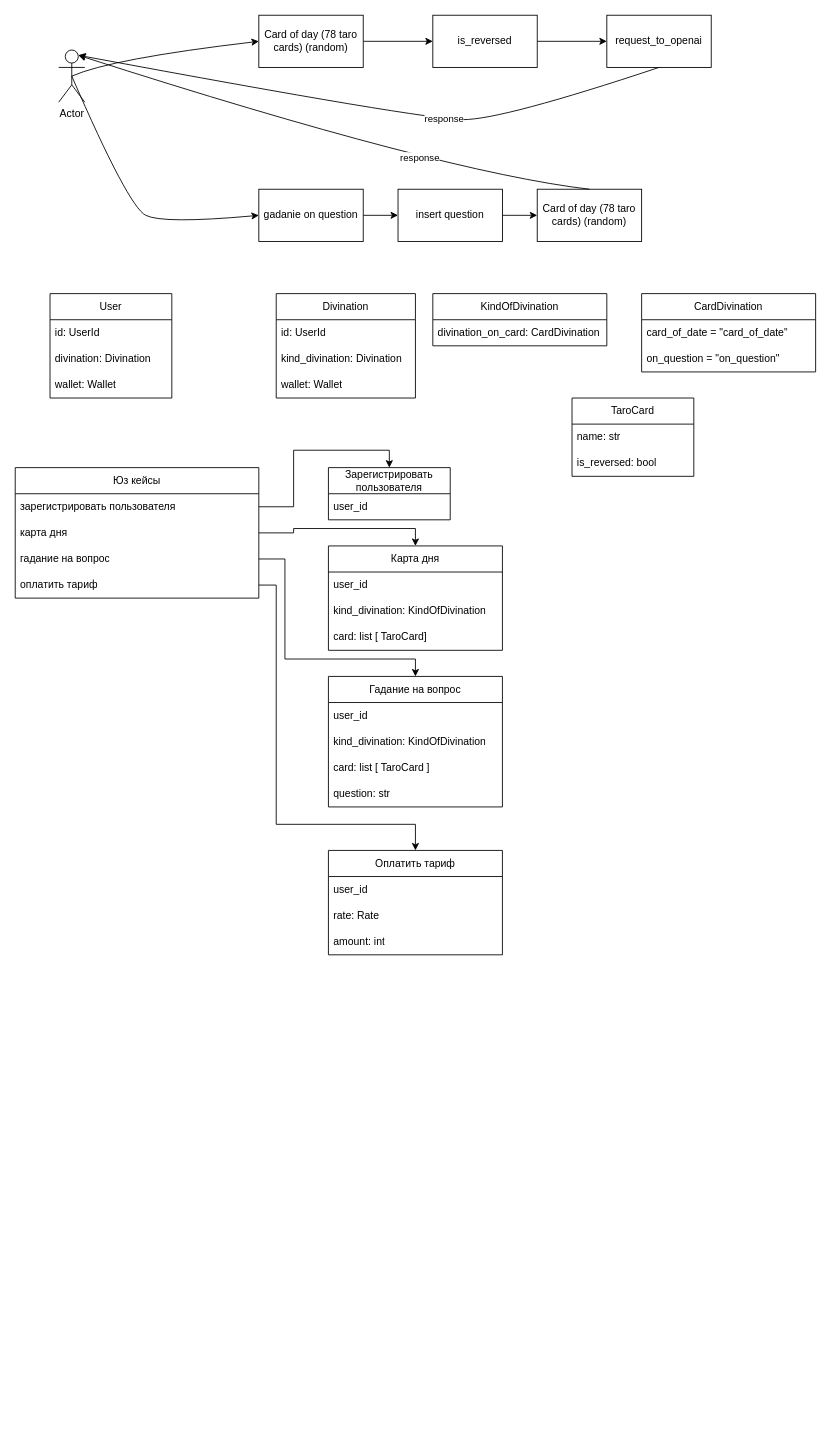
Earlier version of the draw.io diagram gadalka.drawio (KmvRoman/Diagrams). Source tidied: cells renumbered, new cells numbered last; positions are measured from the earlier drawing's top-left corner, leaving out a move shared by most shapes. Both pictures are drawn from the tidied source at 87%, with x=0, y=0 at pixel (15, 15).
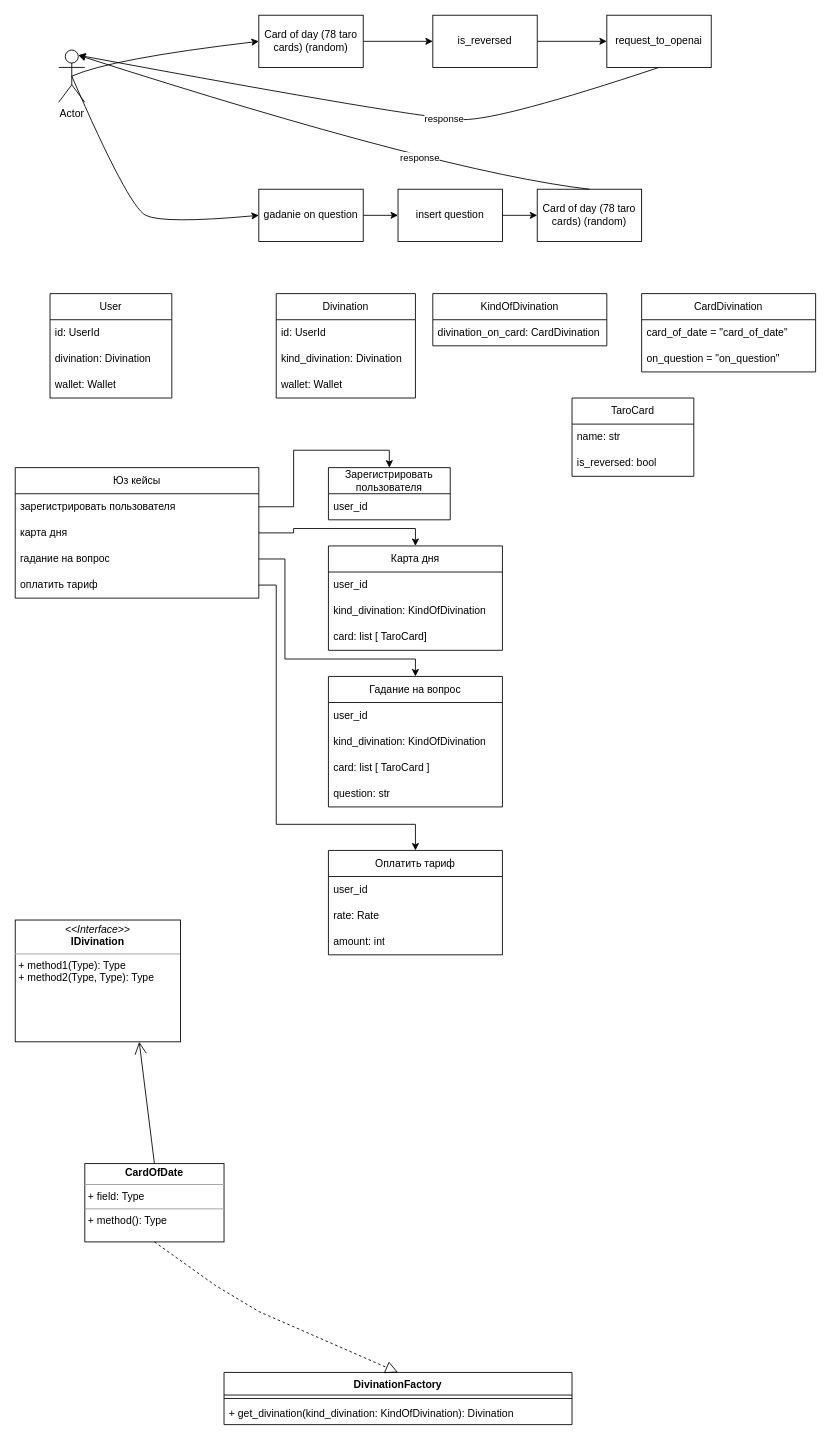
After the change.

Change to the diagram source:
```diff
@@
+    <mxCell id="59" value="DivinationFactory" style="swimlane;fontStyle=1;align=center;verticalAlign=top;horizontal=1;startSize=26;whiteSpace=wrap;html=1;" parent="1" vertex="1">
+      <mxGeometry x="240" y="1560" width="400" height="60" as="geometry" />
+    </mxCell>
+    <mxCell id="60" style="line;strokeWidth=1;fillColor=none;align=left;verticalAlign=middle;spacingTop=-1;spacingLeft=3;spacingRight=3;labelPosition=right;strokeColor=inherit;" parent="59" vertex="1">
+      <mxGeometry y="26" width="400" height="8" as="geometry" />
+    </mxCell>
+    <mxCell id="61" value="+ get_divination(kind_divination: KindOfDivination): Divination" style="text;strokeColor=none;fillColor=none;align=left;verticalAlign=top;spacingLeft=4;spacingRight=4;overflow=hidden;whiteSpace=wrap;html=1;" parent="59" vertex="1">
+      <mxGeometry y="34" width="400" height="26" as="geometry" />
+    </mxCell>
+    <mxCell id="62" value="&lt;p style=&quot;margin:0px;margin-top:4px;text-align:center;&quot;&gt;&lt;i&gt;&amp;lt;&amp;lt;Interface&amp;gt;&amp;gt;&lt;/i&gt;&lt;br&gt;&lt;b&gt;IDivination&lt;/b&gt;&lt;/p&gt;&lt;hr size=&quot;1&quot;&gt;&lt;p style=&quot;margin:0px;margin-left:4px;&quot;&gt;+ method1(Type): Type&lt;br&gt;+ method2(Type, Type): Type&lt;/p&gt;" style="verticalAlign=top;align=left;overflow=fill;fontSize=12;fontFamily=Helvetica;html=1;whiteSpace=wrap;" parent="1" vertex="1">
+      <mxGeometry y="1040" width="190" height="140" as="geometry" />
+    </mxCell>
+    <mxCell id="63" value="&lt;p style=&quot;margin:0px;margin-top:4px;text-align:center;&quot;&gt;&lt;b&gt;CardOfDate&lt;/b&gt;&lt;/p&gt;&lt;hr size=&quot;1&quot;&gt;&lt;p style=&quot;margin:0px;margin-left:4px;&quot;&gt;+ field: Type&lt;/p&gt;&lt;hr size=&quot;1&quot;&gt;&lt;p style=&quot;margin:0px;margin-left:4px;&quot;&gt;+ method(): Type&lt;/p&gt;" style="verticalAlign=top;align=left;overflow=fill;fontSize=12;fontFamily=Helvetica;html=1;whiteSpace=wrap;" parent="1" vertex="1">
+      <mxGeometry x="80" y="1320" width="160" height="90" as="geometry" />
+    </mxCell>
+    <mxCell id="64" style="endArrow=block;dashed=1;endFill=0;endSize=12;html=1;rounded=0;exitX=0.5;exitY=1;exitDx=0;exitDy=0;entryX=0.5;entryY=0;entryDx=0;entryDy=0;" parent="1" edge="1" source="63" target="59">
+      <mxGeometry relative="1" as="geometry">
+        <Array as="points">
+          <mxPoint x="230" y="1460" />
+          <mxPoint x="280" y="1490" />
+        </Array>
+      </mxGeometry>
+    </mxCell>
+    <mxCell id="65" style="endArrow=open;endFill=1;endSize=12;html=1;rounded=0;exitX=0.5;exitY=0;exitDx=0;exitDy=0;entryX=0.75;entryY=1;entryDx=0;entryDy=0;" parent="1" edge="1" source="63" target="62">
+      <mxGeometry relative="1" as="geometry" />
+    </mxCell>
```
